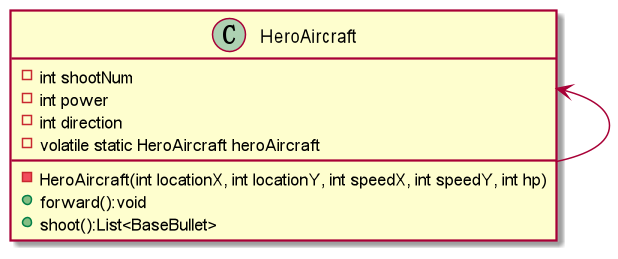
Above: uml/heroAircraft.png in Lai-JX/java_lab (PlantUML), before the change.
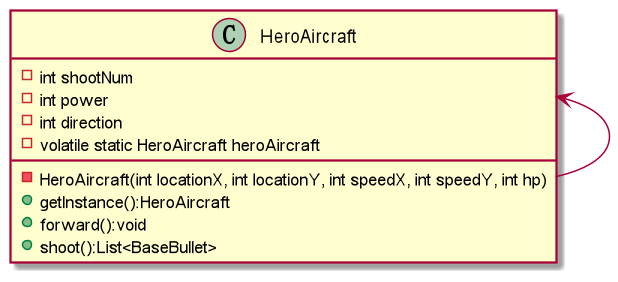
After the commit.

Change to the diagram source:
```diff
@@ -7,6 +7,7 @@
     - int direction
     - volatile static HeroAircraft heroAircraft
     - HeroAircraft(int locationX, int locationY, int speedX, int speedY, int hp)
+    + getInstance():HeroAircraft
     + forward():void
     + shoot():List<BaseBullet>
 }
```
